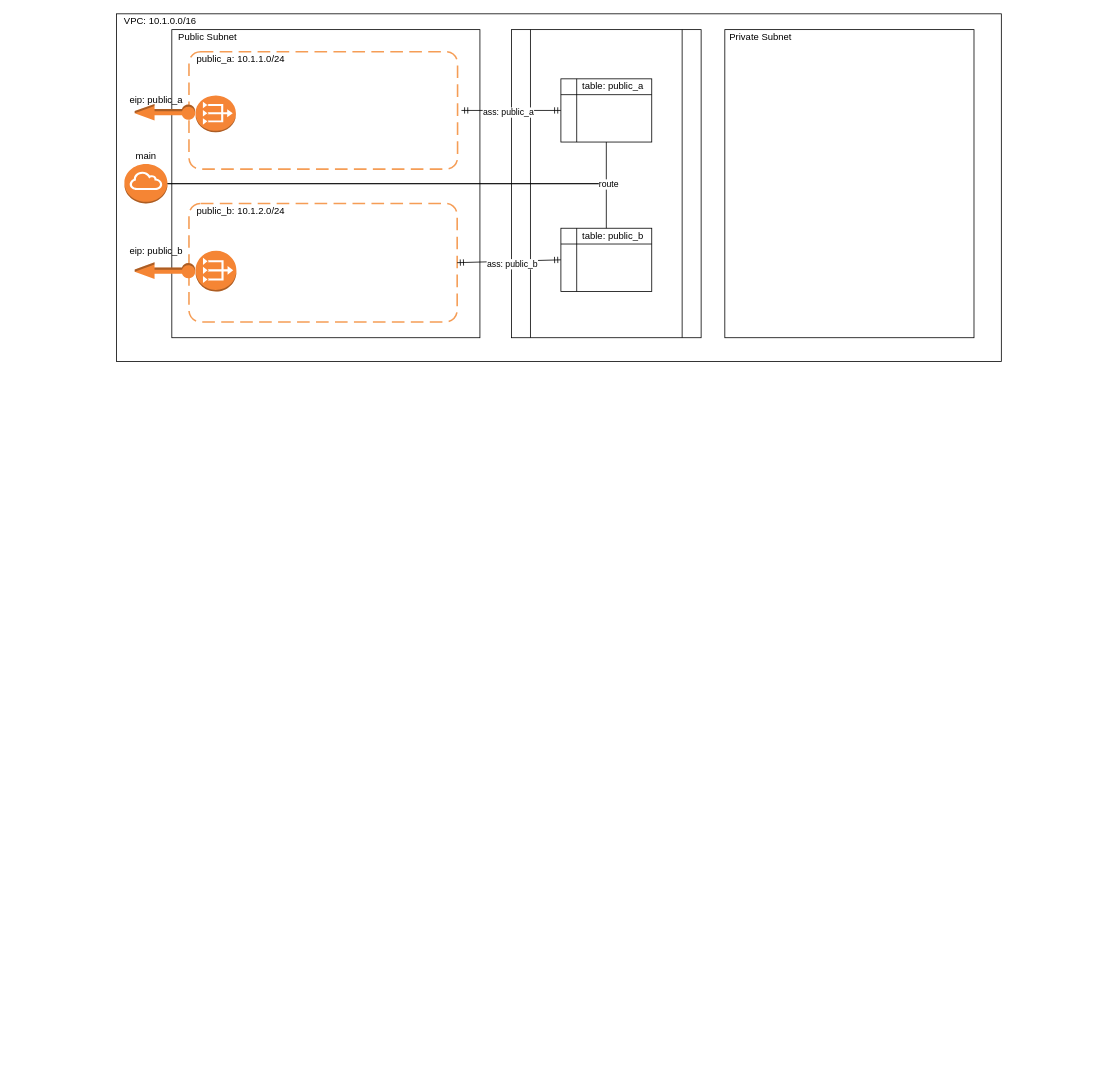
Earlier version of the draw.io diagram docs/network.drawio (roylee0704/recipe-app-api-devops-starting-code). Source tidied: cells renumbered, new cells numbered last; positions are measured from the earlier drawing's top-left corner, leaving out a move shared by most shapes. Both pictures are drawn from the tidied source at 79%, with x=0, y=0 at pixel (116, 13).
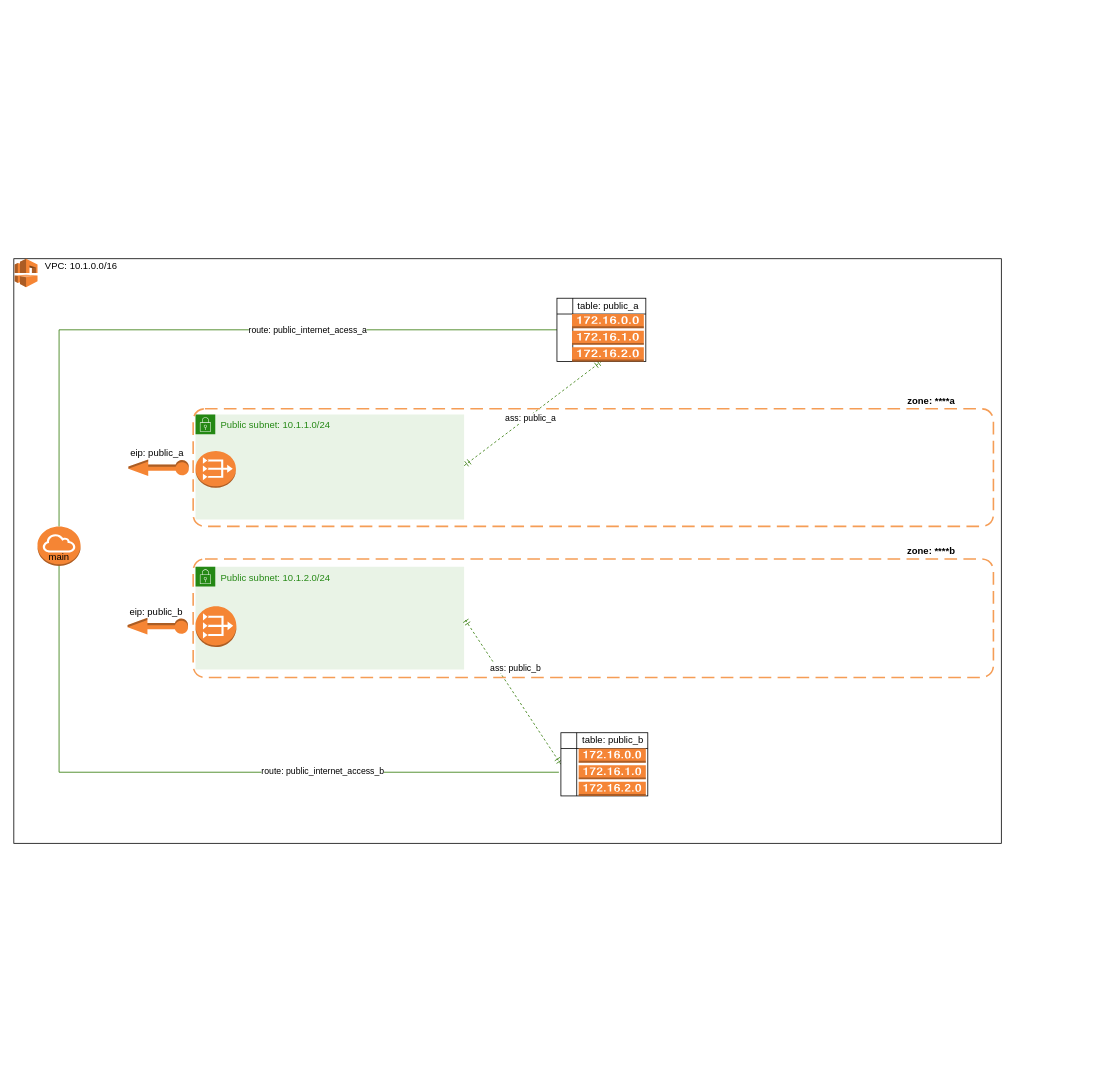
The same page after the edit.

The change refers to these unchanged cells:
```xml
<mxCell id="13" style="group;" parent="6" vertex="1">
  <mxGeometry x="21.7" y="27.9" width="344.9" height="148.7" as="geometry" />
</mxCell>
<mxCell id="18" style="group;" parent="6" vertex="1">
  <mxGeometry x="-40" y="291.6" width="80" height="40" as="geometry" />
</mxCell>
```

The edit, as a diff of the source:
```diff
@@
-    <mxCell id="2" style="group;" parent="1" vertex="1">
-      <mxGeometry width="1120" height="868.7" as="geometry" />
-    </mxCell>
-    <mxCell id="3" style="group;" parent="2" vertex="1">
-      <mxGeometry width="1120" height="868.7" as="geometry" />
-    </mxCell>
-    <mxCell id="4" style="rounded=0;whiteSpace=wrap;html=1;" parent="3" vertex="1">
-      <mxGeometry width="1120" height="440" as="geometry" />
+    <mxCell id="4" style="rounded=0;whiteSpace=wrap;html=1;" parent="1" vertex="1">
+      <mxGeometry x="-130" y="310" width="1250" height="740" as="geometry" />
     </mxCell>
-    <mxCell id="5" value="VPC: 10.1.0.0/16" style="text;html=1;align=center;verticalAlign=middle;" parent="3" vertex="1">
-      <mxGeometry width="110" height="20" as="geometry" />
-    </mxCell>
+    <mxCell id="45" style="dashed=0;verticalLabelPosition=bottom;verticalAlign=top;align=center;html=1;shape=mxgraph.aws3.vpc;fillColor=#F58534;gradientColor=none;" parent="1" vertex="1">
+      <mxGeometry x="-129" y="310" width="29" height="36" as="geometry" />
+    </mxCell>
-    <mxCell id="6" style="group;" parent="3" vertex="1">
-      <mxGeometry x="70" y="20" width="390" height="848.7" as="geometry" />
+    <mxCell id="6" style="group;" parent="1" vertex="1">
+      <mxGeometry x="70" y="470" width="1160" height="859.5" as="geometry" />
     </mxCell>
-    <mxCell id="7" style="rounded=0;whiteSpace=wrap;html=1;" parent="6" vertex="1">
-      <mxGeometry width="390" height="390" as="geometry" />
-    </mxCell>
-    <mxCell id="8" value="Public Subnet" style="text;html=1;align=center;verticalAlign=middle;" parent="6" vertex="1">
-      <mxGeometry width="90" height="20" as="geometry" />
-    </mxCell>
@@
-    <mxCell id="10" style="rounded=1;arcSize=10;dashed=1;strokeColor=#F59D56;fillColor=none;gradientColor=none;dashPattern=8 4;strokeWidth=2;" parent="6" vertex="1">
-      <mxGeometry x="21.7" y="220" width="339.5" height="150" as="geometry" />
-    </mxCell>
-    <mxCell id="11" value="public_b: 10.1.2.0/24" style="text;html=1;align=center;verticalAlign=middle;" parent="6" vertex="1">
-      <mxGeometry x="21.7" y="220" width="130" height="20" as="geometry" />
-    </mxCell>
-    <mxCell id="12" style="dashed=0;verticalLabelPosition=bottom;verticalAlign=top;align=center;html=1;shape=mxgraph.aws3.vpc_nat_gateway;fillColor=#F58534;gradientColor=none;" parent="6" vertex="1">
-      <mxGeometry x="30" y="280" width="51.7" height="51.6" as="geometry" />
-    </mxCell>
@@
-    <mxCell id="14" style="group;" parent="13" vertex="1">
-      <mxGeometry width="344.9" height="148.7" as="geometry" />
-    </mxCell>
-    <mxCell id="15" value="public_a: 10.1.1.0/24" style="text;html=1;align=center;verticalAlign=middle;" parent="14" vertex="1">
-      <mxGeometry width="130" height="20" as="geometry" />
-    </mxCell>
-    <mxCell id="16" style="rounded=1;arcSize=10;dashed=1;strokeColor=#F59D56;fillColor=none;gradientColor=none;dashPattern=8 4;strokeWidth=2;" parent="6" vertex="1">
-      <mxGeometry x="21.7" y="27.9" width="340" height="148.7" as="geometry" />
-    </mxCell>
-    <mxCell id="17" style="dashed=0;verticalLabelPosition=bottom;verticalAlign=top;align=center;html=1;shape=mxgraph.aws3.vpc_nat_gateway;fillColor=#F58536;gradientColor=none;" parent="6" vertex="1">
-      <mxGeometry x="30" y="83.5" width="51.1" height="46.5" as="geometry" />
-    </mxCell>
@@
     <mxCell id="19" style="dashed=0;verticalLabelPosition=bottom;verticalAlign=top;align=center;html=1;shape=mxgraph.aws3.elastic_ip;fillColor=#F58534;gradientColor=none;rotation=-180;" parent="18" vertex="1">
-      <mxGeometry x="-7" y="3" width="76.5" height="21" as="geometry" />
+      <mxGeometry x="-16" y="3" width="76.5" height="21" as="geometry" />
     </mxCell>
+    <mxCell id="46" value="Public subnet: 10.1.1.0/24" style="gradientColor=none;html=1;whiteSpace=wrap;fontSize=12;fontStyle=0;shape=mxgraph.aws4.group;grIcon=mxgraph.aws4.group_security_group;grStroke=0;strokeColor=#248814;fillColor=#E9F3E6;verticalAlign=top;align=left;spacingLeft=30;fontColor=#248814;dashed=0;" parent="6" vertex="1">
+      <mxGeometry x="30" y="37.3" width="340" height="132.7" as="geometry" />
+    </mxCell>
+    <mxCell id="17" style="dashed=0;verticalLabelPosition=bottom;verticalAlign=top;align=center;html=1;shape=mxgraph.aws3.vpc_nat_gateway;fillColor=#F58536;gradientColor=none;" parent="6" vertex="1">
+      <mxGeometry x="30" y="83.5" width="51.1" height="46.5" as="geometry" />
+    </mxCell>
     <mxCell id="20" style="group;" parent="6" vertex="1">
-      <mxGeometry x="-43" y="90" width="80" height="40" as="geometry" />
+      <mxGeometry x="-51" y="90" width="80" height="40" as="geometry" />
     </mxCell>
@@
-    <mxCell id="22" style="group;" parent="3" vertex="1">
-      <mxGeometry x="770" y="20" width="315.4" height="390" as="geometry" />
-    </mxCell>
-    <mxCell id="23" style="rounded=0;whiteSpace=wrap;html=1;" parent="22" vertex="1">
-      <mxGeometry width="315.4" height="390" as="geometry" />
-    </mxCell>
-    <mxCell id="24" value="Private Subnet" style="text;html=1;align=center;verticalAlign=middle;" parent="22" vertex="1">
-      <mxGeometry width="90" height="20" as="geometry" />
-    </mxCell>
-    <mxCell id="25" style="shape=process;whiteSpace=wrap;html=1;backgroundOutline=1;" parent="3" vertex="1">
-      <mxGeometry x="500" y="20" width="240" height="390" as="geometry" />
-    </mxCell>
+    <mxCell id="47" value="Public subnet: 10.1.2.0/24" style="gradientColor=none;html=1;whiteSpace=wrap;fontSize=12;fontStyle=0;shape=mxgraph.aws4.group;grIcon=mxgraph.aws4.group_security_group;grStroke=0;strokeColor=#248814;fillColor=#E9F3E6;verticalAlign=top;align=left;spacingLeft=30;fontColor=#248814;dashed=0;" parent="6" vertex="1">
+      <mxGeometry x="30" y="230" width="340" height="130" as="geometry" />
+    </mxCell>
+    <mxCell id="12" style="dashed=0;verticalLabelPosition=bottom;verticalAlign=top;align=center;html=1;shape=mxgraph.aws3.vpc_nat_gateway;fillColor=#F58534;gradientColor=none;" parent="6" vertex="1">
+      <mxGeometry x="30" y="280" width="51.7" height="51.6" as="geometry" />
+    </mxCell>
-    <mxCell id="26" style="outlineConnect=0;dashed=0;verticalLabelPosition=bottom;verticalAlign=top;align=center;html=1;shape=mxgraph.aws3.internet_gateway;fillColor=#F58534;gradientColor=none;" parent="3" vertex="1">
-      <mxGeometry x="10" y="190" width="54.5" height="50" as="geometry" />
+    <mxCell id="26" style="outlineConnect=0;dashed=0;verticalLabelPosition=bottom;verticalAlign=top;align=center;html=1;shape=mxgraph.aws3.internet_gateway;fillColor=#F58534;gradientColor=none;" parent="1" vertex="1">
+      <mxGeometry x="-100" y="648.8" width="54.5" height="50" as="geometry" />
     </mxCell>
-    <mxCell id="27" style="edgeStyle=orthogonalEdgeStyle;rounded=0;orthogonalLoop=1;jettySize=auto;html=1;" parent="3" edge="1">
+    <mxCell id="27" style="edgeStyle=orthogonalEdgeStyle;rounded=0;orthogonalLoop=1;jettySize=auto;html=1;" parent="1" edge="1">
       <mxGeometry relative="1" as="geometry">
-        <mxPoint x="58" y="622" as="sourcePoint" />
+        <mxPoint x="58" y="1072" as="sourcePoint" />
       </mxGeometry>
     </mxCell>
-    <mxCell id="28" style="group;" parent="3" vertex="1">
-      <mxGeometry x="436.6" y="122.3" as="geometry" />
+    <mxCell id="28" style="group;" parent="1" vertex="1">
+      <mxGeometry x="436.6" y="572.3" as="geometry" />
     </mxCell>
-    <mxCell id="29" style="rounded=0;jettySize=auto;html=1;exitX=1;exitY=0.5;exitDx=0;exitDy=0;startArrow=ERmandOne;startFill=0;endArrow=ERmandOne;endFill=0;elbow=vertical;entryX=0;entryY=0.5;entryDx=0;entryDy=0;" parent="28" edge="1" target="37">
+    <mxCell id="29" style="rounded=0;jettySize=auto;html=1;startArrow=ERmandOne;startFill=0;endArrow=ERmandOne;endFill=0;elbow=vertical;entryX=0.5;entryY=1;entryDx=0;entryDy=0;dashed=1;fillColor=#60a917;strokeColor=#2D7600;" parent="28" edge="1" target="37">
       <mxGeometry relative="1" as="geometry">
-        <mxPoint as="sourcePoint" />
+        <mxPoint x="3.4" y="-0.3" as="sourcePoint" />
       </mxGeometry>
     </mxCell>
@@
-    <mxCell id="31" style="rounded=0;jettySize=auto;html=1;entryX=1;entryY=0.5;entryDx=0;entryDy=0;exitX=0;exitY=0.5;exitDx=0;exitDy=0;startArrow=ERmandOne;startFill=0;endArrow=ERmandOne;endFill=0;" parent="3" edge="1" source="34" target="10">
-      <mxGeometry relative="1" as="geometry" />
+    <mxCell id="31" style="rounded=0;jettySize=auto;html=1;exitX=0;exitY=0.5;exitDx=0;exitDy=0;startArrow=ERmandOne;startFill=0;endArrow=ERmandOne;endFill=0;dashed=1;fillColor=#60a917;strokeColor=#2D7600;" parent="1" edge="1" source="34">
+      <mxGeometry relative="1" as="geometry">
+        <mxPoint x="440" y="765" as="targetPoint" />
+      </mxGeometry>
     </mxCell>
@@
-    <mxCell id="33" style="group;" parent="3" vertex="1">
-      <mxGeometry x="562.5" y="271.4" width="115" height="80" as="geometry" />
-    </mxCell>
-    <mxCell id="34" style="shape=internalStorage;whiteSpace=wrap;html=1;backgroundOutline=1;" parent="33" vertex="1">
-      <mxGeometry width="115" height="80" as="geometry" />
-    </mxCell>
-    <mxCell id="35" value="table: public_b" style="text;html=1;align=center;verticalAlign=middle;points=[];" parent="33" vertex="1">
-      <mxGeometry x="20" width="90" height="20" as="geometry" />
-    </mxCell>
+    <mxCell id="39" style="edgeStyle=orthogonalEdgeStyle;rounded=0;jettySize=auto;html=1;entryX=0.5;entryY=0;entryDx=0;entryDy=0;entryPerimeter=0;startArrow=none;startFill=0;endArrow=none;endFill=0;fillColor=#60a917;strokeColor=#2D7600;" parent="1" edge="1" source="37" target="26">
+      <mxGeometry relative="1" as="geometry">
+        <Array as="points">
+          <mxPoint x="-73" y="400" />
+        </Array>
+      </mxGeometry>
+    </mxCell>
+    <mxCell id="48" value="route: public_internet_acess_a" style="edgeLabel;html=1;align=center;verticalAlign=middle;" parent="39" vertex="1">
+      <mxGeometry x="-0.28" relative="1" as="geometry" />
+    </mxCell>
+    <mxCell id="41" style="edgeStyle=orthogonalEdgeStyle;rounded=0;jettySize=auto;html=1;entryX=0.5;entryY=1;entryDx=0;entryDy=0;entryPerimeter=0;startArrow=none;startFill=0;endArrow=none;endFill=0;exitX=-0.023;exitY=0.625;exitDx=0;exitDy=0;exitPerimeter=0;fillColor=#60a917;strokeColor=#2D7600;" parent="1" edge="1" source="34" target="26">
+      <mxGeometry relative="1" as="geometry">
+        <Array as="points">
+          <mxPoint x="-73" y="960" />
+        </Array>
+      </mxGeometry>
+    </mxCell>
+    <mxCell id="49" value="route: public_internet_access_b" style="edgeLabel;html=1;align=center;verticalAlign=middle;" parent="41" vertex="1">
+      <mxGeometry x="-0.33" y="-2" relative="1" as="geometry" />
+    </mxCell>
+    <mxCell id="43" value="eip: public_b" style="text;html=1;align=center;verticalAlign=middle;" parent="1" vertex="1">
+      <mxGeometry x="10" y="747" width="80" height="20" as="geometry" />
+    </mxCell>
+    <mxCell id="44" value="eip: public_a" style="text;html=1;align=center;verticalAlign=middle;" parent="1" vertex="1">
+      <mxGeometry x="11" y="546" width="80" height="20" as="geometry" />
+    </mxCell>
+    <mxCell id="50" value="zone: ****b" style="text;html=1;align=center;verticalAlign=middle;fontStyle=1;" parent="1" vertex="1">
+      <mxGeometry x="991" y="670" width="80" height="20" as="geometry" />
+    </mxCell>
+    <mxCell id="51" value="zone: ****a" style="text;html=1;align=center;verticalAlign=middle;fontStyle=1;" parent="1" vertex="1">
+      <mxGeometry x="991" y="480" width="80" height="20" as="geometry" />
+    </mxCell>
+    <mxCell id="5" value="VPC: 10.1.0.0/16" style="text;html=1;align=center;verticalAlign=middle;" parent="1" vertex="1">
+      <mxGeometry x="-100" y="310" width="110" height="20" as="geometry" />
+    </mxCell>
-    <mxCell id="36" style="group;" parent="3" vertex="1">
-      <mxGeometry x="562.5" y="82.3" width="115" height="80" as="geometry" />
+    <mxCell id="36" style="group;" parent="1" vertex="1">
+      <mxGeometry x="557.5" y="360" width="112.5" height="80" as="geometry" />
     </mxCell>
     <mxCell id="37" style="shape=internalStorage;whiteSpace=wrap;html=1;backgroundOutline=1;" parent="36" vertex="1">
-      <mxGeometry width="115" height="80" as="geometry" />
+      <mxGeometry width="112.5" height="80" as="geometry" />
     </mxCell>
     <mxCell id="38" value="table: public_a" style="text;html=1;align=center;verticalAlign=middle;" parent="36" vertex="1">
-      <mxGeometry x="20" width="90" height="20" as="geometry" />
+      <mxGeometry x="19.6" width="90" height="20" as="geometry" />
     </mxCell>
-    <mxCell id="39" style="edgeStyle=orthogonalEdgeStyle;rounded=0;jettySize=auto;html=1;entryX=1;entryY=0.5;entryDx=0;entryDy=0;entryPerimeter=0;startArrow=none;startFill=0;endArrow=none;endFill=0;" parent="3" edge="1" source="37" target="26">
-      <mxGeometry relative="1" as="geometry">
-        <Array as="points">
-          <mxPoint x="620" y="215" />
-        </Array>
-      </mxGeometry>
-    </mxCell>
+    <mxCell id="52" style="dashed=0;verticalLabelPosition=bottom;verticalAlign=top;align=center;html=1;shape=mxgraph.aws3.route_table;fillColor=#F58536;gradientColor=none;" parent="36" vertex="1">
+      <mxGeometry x="19.1" y="20" width="90.9" height="60" as="geometry" />
+    </mxCell>
+    <mxCell id="34" style="shape=internalStorage;whiteSpace=wrap;html=1;backgroundOutline=1;" parent="1" vertex="1">
+      <mxGeometry x="562.5" y="910" width="110" height="80" as="geometry" />
+    </mxCell>
+    <mxCell id="35" value="table: public_b" style="text;html=1;align=center;verticalAlign=middle;points=[];" parent="1" vertex="1">
+      <mxGeometry x="582.5" y="910" width="90" height="20" as="geometry" />
+    </mxCell>
+    <mxCell id="53" style="rounded=1;arcSize=10;dashed=1;strokeColor=#F59D56;fillColor=none;gradientColor=none;dashPattern=8 4;strokeWidth=2;" parent="1" vertex="1">
+      <mxGeometry x="97" y="690" width="1013" height="150" as="geometry" />
+    </mxCell>
+    <mxCell id="54" style="rounded=1;arcSize=10;dashed=1;strokeColor=#F59D56;fillColor=none;gradientColor=none;dashPattern=8 4;strokeWidth=2;" parent="1" vertex="1">
+      <mxGeometry x="97" y="500" width="1013" height="148.8" as="geometry" />
+    </mxCell>
+    <mxCell id="55" style="dashed=0;verticalLabelPosition=bottom;verticalAlign=top;align=center;html=1;shape=mxgraph.aws3.route_table;fillColor=#F58536;gradientColor=none;" parent="1" vertex="1">
+      <mxGeometry x="585" y="930" width="85" height="60" as="geometry" />
+    </mxCell>
-    <mxCell id="40" value="main" style="text;html=1;align=center;verticalAlign=middle;" parent="3" vertex="1">
-      <mxGeometry x="17.2" y="170" width="40" height="20" as="geometry" />
+    <mxCell id="40" value="main" style="text;html=1;align=center;verticalAlign=middle;" parent="1" vertex="1">
+      <mxGeometry x="-92.8" y="677.8" width="40" height="20" as="geometry" />
     </mxCell>
-    <mxCell id="41" style="edgeStyle=orthogonalEdgeStyle;rounded=0;jettySize=auto;html=1;entryX=1;entryY=0.5;entryDx=0;entryDy=0;entryPerimeter=0;startArrow=none;startFill=0;endArrow=none;endFill=0;" parent="3" edge="1" source="35" target="26">
-      <mxGeometry relative="1" as="geometry">
-        <Array as="points">
-          <mxPoint x="620" y="215" />
-        </Array>
-      </mxGeometry>
-    </mxCell>
-    <mxCell id="42" value="route" style="edgeLabel;html=1;align=center;verticalAlign=middle;" parent="41" vertex="1">
-      <mxGeometry x="-0.13" y="3" relative="1" as="geometry">
-        <mxPoint x="211.6" y="-3" as="offset" />
-      </mxGeometry>
-    </mxCell>
-    <mxCell id="43" value="eip: public_b" style="text;html=1;align=center;verticalAlign=middle;" parent="3" vertex="1">
-      <mxGeometry x="10" y="290" width="80" height="20" as="geometry" />
-    </mxCell>
-    <mxCell id="44" value="eip: public_a" style="text;html=1;align=center;verticalAlign=middle;" parent="3" vertex="1">
-      <mxGeometry x="10" y="100" width="80" height="20" as="geometry" />
-    </mxCell>
```
